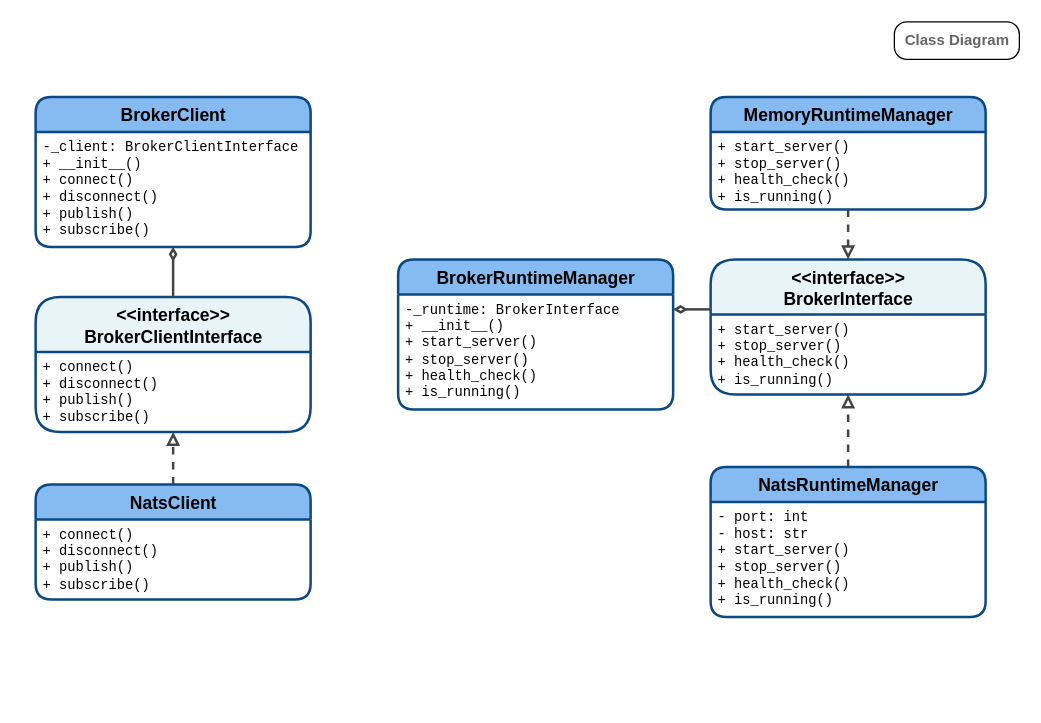
This is page "broker" (2 of 6) of docs/diagrams/c4/c4-apelios.drawio from weber-moritz/apelios, a draw.io file, before an edit. Source tidied: cells renumbered, new cells numbered last; positions are measured from the earlier drawing's top-left corner, leaving out a move shared by most shapes. Both pictures are drawn from the tidied source at 125%, with x=0, y=0 at pixel (35, 21).
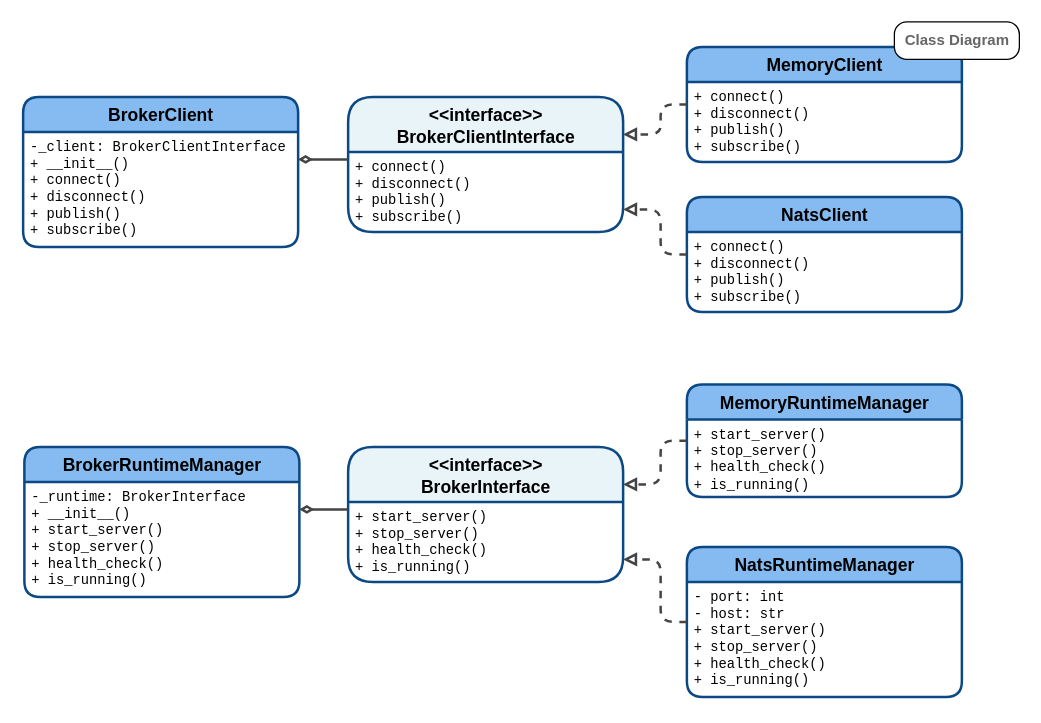
Above is the later version.

The edit, as a diff of the source:
```diff
@@
     <mxCell id="2" value="&amp;lt;&amp;lt;interface&amp;gt;&amp;gt;&lt;br&gt;BrokerInterface" style="swimlane;fontStyle=1;align=center;verticalAlign=top;horizontal=1;startSize=44;rounded=1;fillColor=#e8f4f8;swimlaneFillColor=#ffffff;strokeColor=#0b4884;strokeWidth=2;fontColor=#000000;fontSize=14;html=1;" parent="1" vertex="1">
-      <mxGeometry x="540" y="190" width="220" height="108" as="geometry" />
+      <mxGeometry x="250" y="340" width="220" height="108" as="geometry" />
     </mxCell>
@@
     <mxCell id="4" value="NatsRuntimeManager" style="swimlane;fontStyle=1;align=center;verticalAlign=top;horizontal=1;startSize=28;rounded=1;fillColor=#85bbf0;swimlaneFillColor=#ffffff;strokeColor=#0b4884;strokeWidth=2;fontColor=#000000;fontSize=14;html=1;" parent="1" vertex="1">
-      <mxGeometry x="540" y="356" width="220" height="120" as="geometry" />
+      <mxGeometry x="521" y="420" width="220" height="120" as="geometry" />
     </mxCell>
@@
     <mxCell id="6" value="MemoryRuntimeManager" style="swimlane;fontStyle=1;align=center;verticalAlign=top;horizontal=1;startSize=28;rounded=1;fillColor=#85bbf0;swimlaneFillColor=#ffffff;strokeColor=#0b4884;strokeWidth=2;fontColor=#000000;fontSize=14;html=1;" parent="1" vertex="1">
-      <mxGeometry x="540" y="60" width="220" height="90" as="geometry" />
+      <mxGeometry x="521" y="290" width="220" height="90" as="geometry" />
     </mxCell>
@@
+    <mxCell id="14" value="BrokerRuntimeManager" style="swimlane;fontStyle=1;align=center;verticalAlign=top;horizontal=1;startSize=28;rounded=1;fillColor=#85bbf0;swimlaneFillColor=#ffffff;strokeColor=#0b4884;strokeWidth=2;fontColor=#000000;fontSize=14;html=1;" parent="1" vertex="1">
+      <mxGeometry x="-9" y="340" width="220" height="120" as="geometry" />
+    </mxCell>
+    <mxCell id="15" value="-_runtime: BrokerInterface&lt;br&gt;+ __init__()&lt;br&gt;+ start_server()&lt;br&gt;+ stop_server()&lt;br&gt;+ health_check()&lt;br&gt;+ is_running()" style="text;strokeColor=none;fillColor=none;align=left;verticalAlign=top;spacingLeft=4;spacingRight=4;overflow=hidden;points=[[0,0.5],[1,0.5]];portConstraint=eastwest;fontFamily=Courier New;fontSize=11;fontColor=#000000;html=1;" parent="14" vertex="1">
+      <mxGeometry y="28" width="220" height="92" as="geometry" />
+    </mxCell>
     <mxCell id="8" value="&amp;lt;&amp;lt;interface&amp;gt;&amp;gt;&lt;br&gt;BrokerClientInterface" style="swimlane;fontStyle=1;align=center;verticalAlign=top;horizontal=1;startSize=44;rounded=1;fillColor=#e8f4f8;swimlaneFillColor=#ffffff;strokeColor=#0b4884;strokeWidth=2;fontColor=#000000;fontSize=14;html=1;" parent="1" vertex="1">
-      <mxGeometry y="220" width="220" height="108" as="geometry" />
+      <mxGeometry x="250" y="60" width="220" height="108" as="geometry" />
     </mxCell>
@@
     <mxCell id="10" value="NatsClient" style="swimlane;fontStyle=1;align=center;verticalAlign=top;horizontal=1;startSize=28;rounded=1;fillColor=#85bbf0;swimlaneFillColor=#ffffff;strokeColor=#0b4884;strokeWidth=2;fontColor=#000000;fontSize=14;html=1;" parent="1" vertex="1">
-      <mxGeometry y="370" width="220" height="92" as="geometry" />
+      <mxGeometry x="521" y="140" width="220" height="92" as="geometry" />
     </mxCell>
-    <mxCell id="11" value="+ connect()&lt;br&gt;+ disconnect()&lt;br&gt;+ publish()&lt;br&gt;+ subscribe()" style="text;strokeColor=none;fillColor=none;align=left;verticalAlign=top;spacingLeft=4;spacingRight=4;overflow=hidden;fontFamily=Courier New;fontSize=11;fontColor=#000000;html=1;" parent="10" vertex="1">
-      <mxGeometry y="28" width="220" height="64" as="geometry" />
-    </mxCell>
+    <mxCell id="22" value="+ connect()&lt;br&gt;+ disconnect()&lt;br&gt;+ publish()&lt;br&gt;+ subscribe()" style="text;strokeColor=none;fillColor=none;align=left;verticalAlign=top;spacingLeft=4;spacingRight=4;overflow=hidden;fontFamily=Courier New;fontSize=11;fontColor=#000000;html=1;" parent="10" vertex="1">
+      <mxGeometry y="28" width="220" height="64" as="geometry" />
+    </mxCell>
+    <mxCell id="23" value="MemoryClient" style="swimlane;fontStyle=1;align=center;verticalAlign=top;horizontal=1;startSize=28;rounded=1;fillColor=#85bbf0;swimlaneFillColor=#ffffff;strokeColor=#0b4884;strokeWidth=2;fontColor=#000000;fontSize=14;html=1;" parent="1" vertex="1">
+      <mxGeometry x="521" y="20" width="220" height="92" as="geometry" />
+    </mxCell>
+    <mxCell id="24" value="+ connect()&lt;br&gt;+ disconnect()&lt;br&gt;+ publish()&lt;br&gt;+ subscribe()" style="text;strokeColor=none;fillColor=none;align=left;verticalAlign=top;spacingLeft=4;spacingRight=4;overflow=hidden;fontFamily=Courier New;fontSize=11;fontColor=#000000;html=1;" parent="23" vertex="1">
+      <mxGeometry y="28" width="220" height="64" as="geometry" />
+    </mxCell>
     <mxCell id="12" value="BrokerClient" style="swimlane;fontStyle=1;align=center;verticalAlign=top;horizontal=1;startSize=28;rounded=1;fillColor=#85bbf0;swimlaneFillColor=#ffffff;strokeColor=#0b4884;strokeWidth=2;fontColor=#000000;fontSize=14;html=1;" parent="1" vertex="1">
-      <mxGeometry y="60" width="220" height="120" as="geometry" />
+      <mxGeometry x="-10" y="60" width="220" height="120" as="geometry" />
     </mxCell>
@@
-    <mxCell id="14" value="BrokerRuntimeManager" style="swimlane;fontStyle=1;align=center;verticalAlign=top;horizontal=1;startSize=28;rounded=1;fillColor=#85bbf0;swimlaneFillColor=#ffffff;strokeColor=#0b4884;strokeWidth=2;fontColor=#000000;fontSize=14;html=1;" parent="1" vertex="1">
-      <mxGeometry x="290" y="190" width="220" height="120" as="geometry" />
-    </mxCell>
-    <mxCell id="15" value="-_runtime: BrokerInterface&lt;br&gt;+ __init__()&lt;br&gt;+ start_server()&lt;br&gt;+ stop_server()&lt;br&gt;+ health_check()&lt;br&gt;+ is_running()" style="text;strokeColor=none;fillColor=none;align=left;verticalAlign=top;spacingLeft=4;spacingRight=4;overflow=hidden;points=[[0,0.5],[1,0.5]];portConstraint=eastwest;fontFamily=Courier New;fontSize=11;fontColor=#000000;html=1;" parent="14" vertex="1">
-      <mxGeometry y="28" width="220" height="92" as="geometry" />
-    </mxCell>
     <mxCell id="16" style="endArrow=block;dashed=1;endFill=0;strokeColor=#444444;strokeWidth=2;edgeStyle=orthogonalEdgeStyle;rounded=1;" parent="1" edge="1" source="4" target="2">
-      <mxGeometry relative="1" as="geometry" />
+      <mxGeometry relative="1" as="geometry">
+        <Array as="points">
+          <mxPoint x="500" y="480" />
+          <mxPoint x="500" y="430" />
+        </Array>
+      </mxGeometry>
     </mxCell>
     <mxCell id="17" style="endArrow=block;dashed=1;endFill=0;strokeColor=#444444;strokeWidth=2;edgeStyle=orthogonalEdgeStyle;rounded=1;" parent="1" edge="1" source="6" target="2">
-      <mxGeometry relative="1" as="geometry" />
+      <mxGeometry relative="1" as="geometry">
+        <Array as="points">
+          <mxPoint x="500" y="335" />
+          <mxPoint x="500" y="370" />
+        </Array>
+      </mxGeometry>
     </mxCell>
+    <mxCell id="25" style="startArrow=diamondThin;startFill=0;endArrow=none;strokeColor=#444444;strokeWidth=2;edgeStyle=orthogonalEdgeStyle;rounded=1;" parent="1" edge="1" source="14" target="2">
+      <mxGeometry relative="1" as="geometry">
+        <Array as="points">
+          <mxPoint x="230" y="390" />
+          <mxPoint x="230" y="390" />
+        </Array>
+      </mxGeometry>
+    </mxCell>
     <mxCell id="18" style="endArrow=block;dashed=1;endFill=0;strokeColor=#444444;strokeWidth=2;edgeStyle=orthogonalEdgeStyle;rounded=1;" parent="1" edge="1" source="10" target="8">
-      <mxGeometry relative="1" as="geometry" />
+      <mxGeometry relative="1" as="geometry">
+        <Array as="points">
+          <mxPoint x="500" y="186" />
+          <mxPoint x="500" y="150" />
+        </Array>
+      </mxGeometry>
     </mxCell>
+    <mxCell id="26" style="endArrow=block;dashed=1;endFill=0;strokeColor=#444444;strokeWidth=2;edgeStyle=orthogonalEdgeStyle;rounded=1;" parent="1" edge="1" source="23" target="8">
+      <mxGeometry relative="1" as="geometry">
+        <Array as="points">
+          <mxPoint x="500" y="66" />
+          <mxPoint x="500" y="90" />
+        </Array>
+      </mxGeometry>
+    </mxCell>
     <mxCell id="19" style="startArrow=diamondThin;startFill=0;endArrow=none;strokeColor=#444444;strokeWidth=2;edgeStyle=orthogonalEdgeStyle;rounded=1;" parent="1" edge="1" source="12" target="8">
       <mxGeometry relative="1" as="geometry">
         <Array as="points">
-          <mxPoint x="110" y="180" />
-          <mxPoint x="110" y="180" />
+          <mxPoint x="230" y="110" />
+          <mxPoint x="230" y="110" />
         </Array>
       </mxGeometry>
     </mxCell>
-    <mxCell id="20" style="startArrow=diamondThin;startFill=0;endArrow=none;strokeColor=#444444;strokeWidth=2;edgeStyle=orthogonalEdgeStyle;rounded=1;" parent="1" edge="1" source="15" target="2">
-      <mxGeometry relative="1" as="geometry">
-        <Array as="points">
-          <mxPoint x="520" y="230" />
-          <mxPoint x="520" y="230" />
-        </Array>
-      </mxGeometry>
-    </mxCell>
```
